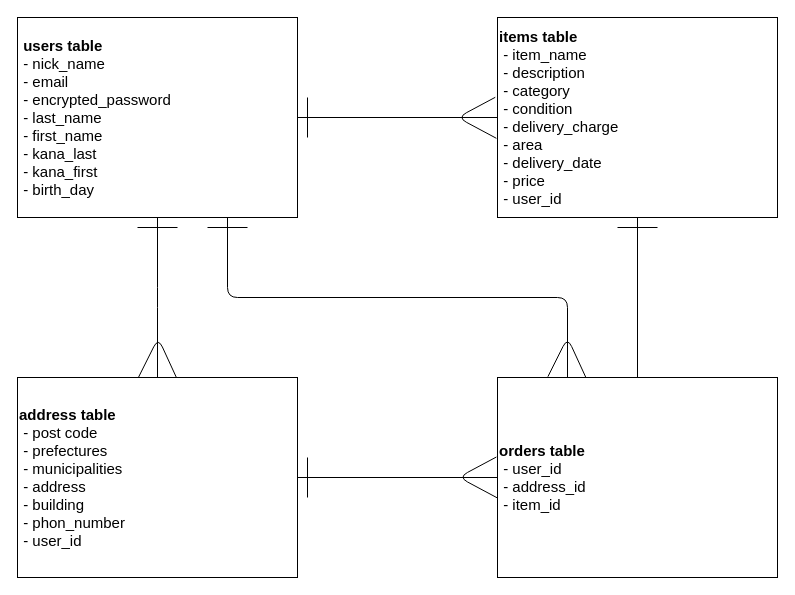
Before: furima.dio in ardbeg1815/furima-37934, a draw.io diagram. Source tidied: cells renumbered, new cells numbered last; positions are measured from the earlier drawing's top-left corner, leaving out a move shared by most shapes. Both pictures are drawn from the tidied source at 100%, with x=0, y=0 at pixel (17, 17).
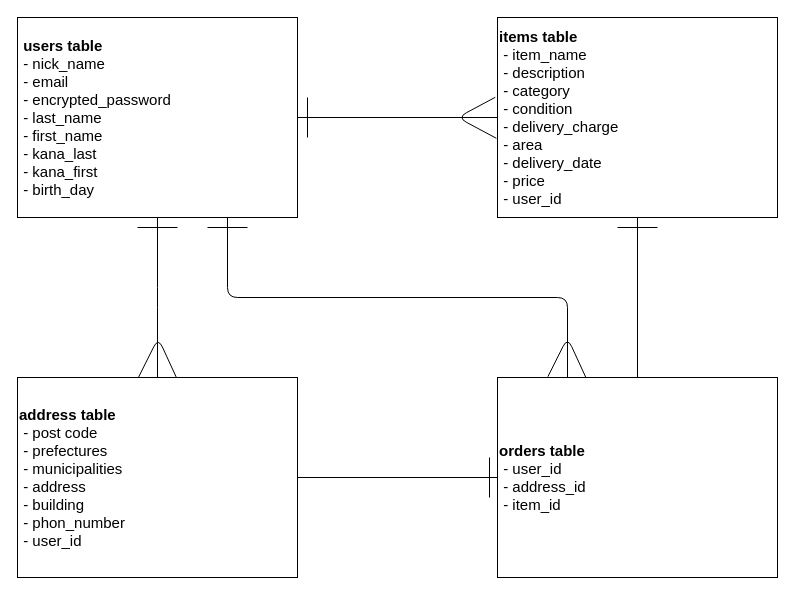
The same diagram, later.

Commit message (it also covers changes not shown here):
データベース修正

What changed in the source:
```diff
@@
-    <mxCell id="17" style="endArrow=none;html=1;fontSize=15;entryX=-0.008;entryY=0.399;entryDx=0;entryDy=0;entryPerimeter=0;exitX=-0.004;exitY=0.604;exitDx=0;exitDy=0;exitPerimeter=0;" parent="1" edge="1">
-      <mxGeometry relative="1" as="geometry">
-        <mxPoint x="480" y="480.5" as="sourcePoint" />
-        <mxPoint x="478.9" y="439.5" as="targetPoint" />
-        <Array as="points">
-          <mxPoint x="441.1" y="459.7" />
-        </Array>
-      </mxGeometry>
-    </mxCell>
@@
     <mxCell id="19" style="endArrow=none;html=1;fontSize=15;" parent="1" edge="1">
       <mxGeometry relative="1" as="geometry">
-        <mxPoint x="290" y="480" as="sourcePoint" />
-        <mxPoint x="290" y="440" as="targetPoint" />
+        <mxPoint x="472" y="480" as="sourcePoint" />
+        <mxPoint x="472" y="440" as="targetPoint" />
       </mxGeometry>
     </mxCell>
```
